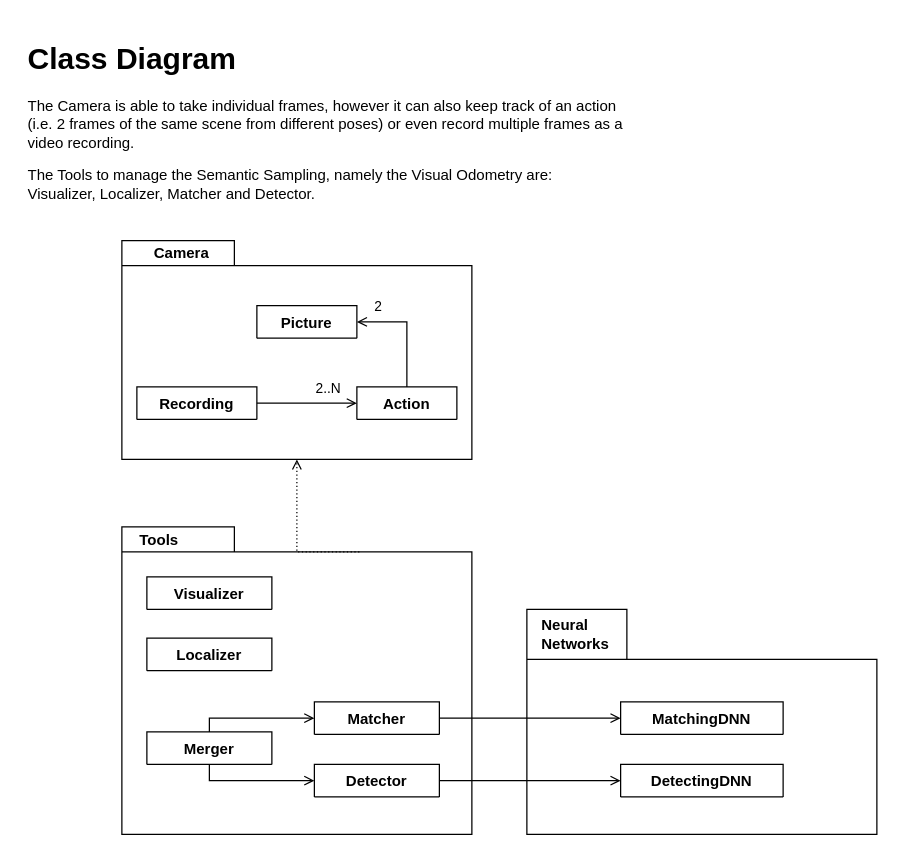
This is page "Classes" (2 of 2) of Documents/diagrams.drawio from mirkousuelli/RGBD-Triplet-Patched-Localization, a draw.io file, before an edit. Source tidied: cells renumbered, new cells numbered last; positions are measured from the earlier drawing's top-left corner, leaving out a move shared by most shapes. Both pictures are drawn from the tidied source at 125%, with x=0, y=0 at pixel (21, 34).
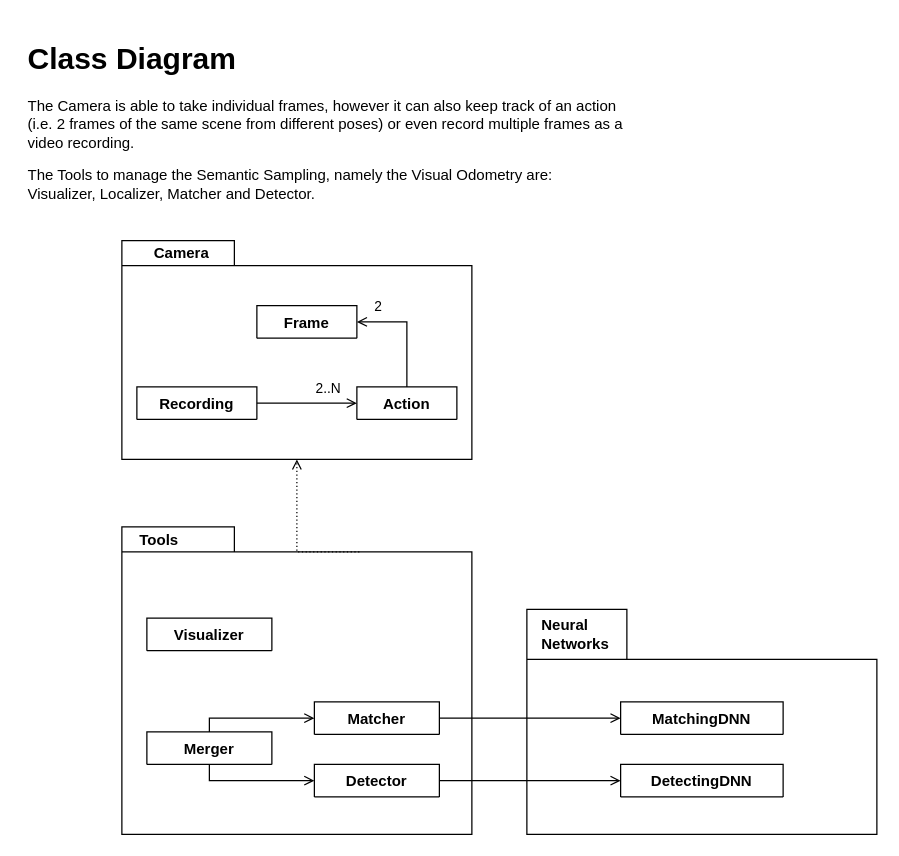
The same diagram, later.

Change to the diagram source:
```diff
@@
-    <mxCell id="3" value="Picture" style="swimlane;fontStyle=1;align=center;verticalAlign=top;horizontal=1;startSize=26;fillColor=none;" parent="1" vertex="1" collapsed="1">
+    <mxCell id="3" value="Frame" style="swimlane;fontStyle=1;align=center;verticalAlign=top;horizontal=1;startSize=26;fillColor=none;" parent="1" vertex="1" collapsed="1">
       <mxGeometry x="188" y="217" width="80" height="26" as="geometry" />
     </mxCell>
@@
     <mxCell id="13" value="Visualizer" style="swimlane;fontStyle=1;align=center;verticalAlign=top;horizontal=1;startSize=26;fillColor=none;" parent="1" vertex="1" collapsed="1">
-      <mxGeometry x="100" y="434" width="100" height="26" as="geometry" />
+      <mxGeometry x="100" y="467" width="100" height="26" as="geometry" />
     </mxCell>
-    <mxCell id="14" value="Localizer" style="swimlane;fontStyle=1;align=center;verticalAlign=top;horizontal=1;startSize=26;fillColor=none;" parent="1" vertex="1" collapsed="1">
-      <mxGeometry x="100" y="483" width="100" height="26" as="geometry" />
-    </mxCell>
```
